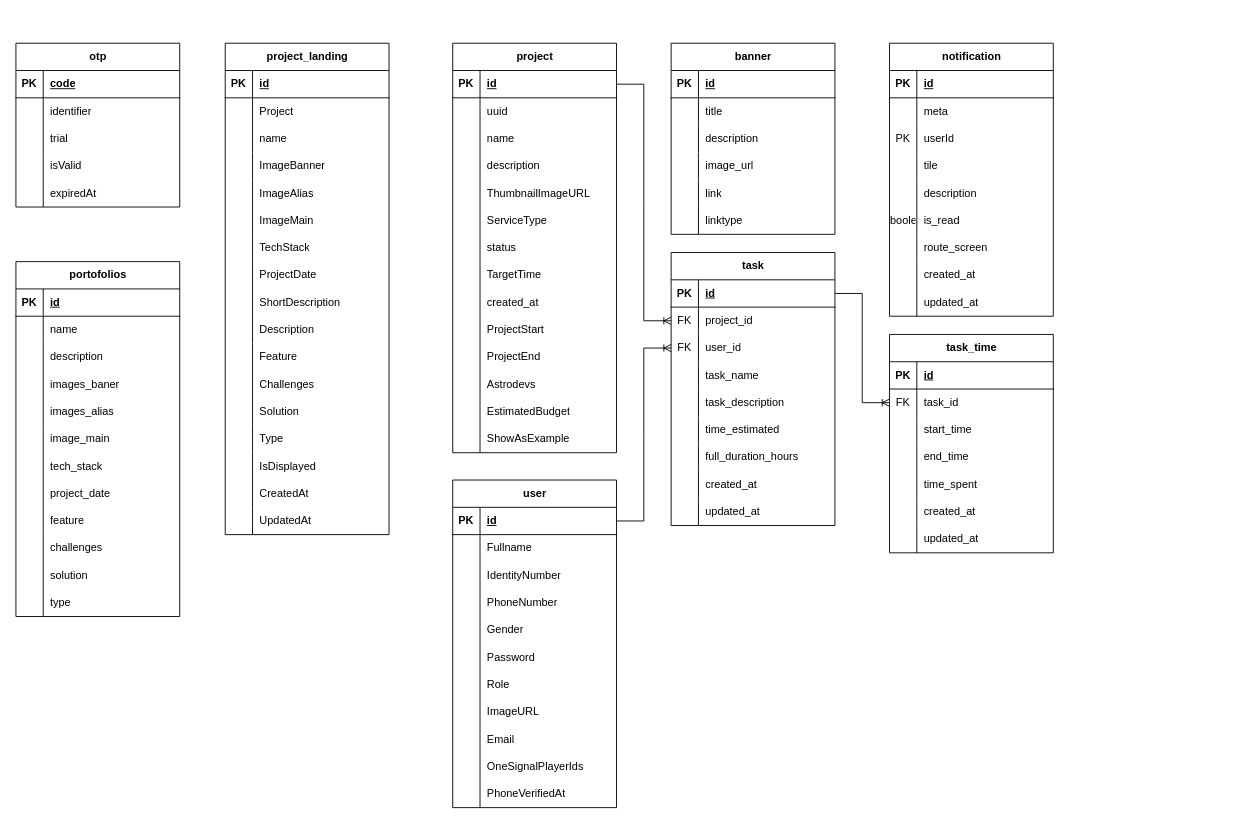
Above: starspace/db_codespacex.drawio in DemoNicky/technical-test (draw.io), before the change. Source tidied: cells renumbered, new cells numbered last; positions are measured from the earlier drawing's top-left corner, leaving out a move shared by most shapes. Both pictures are drawn from the tidied source at 91%, with x=0, y=0 at pixel (15, 43).
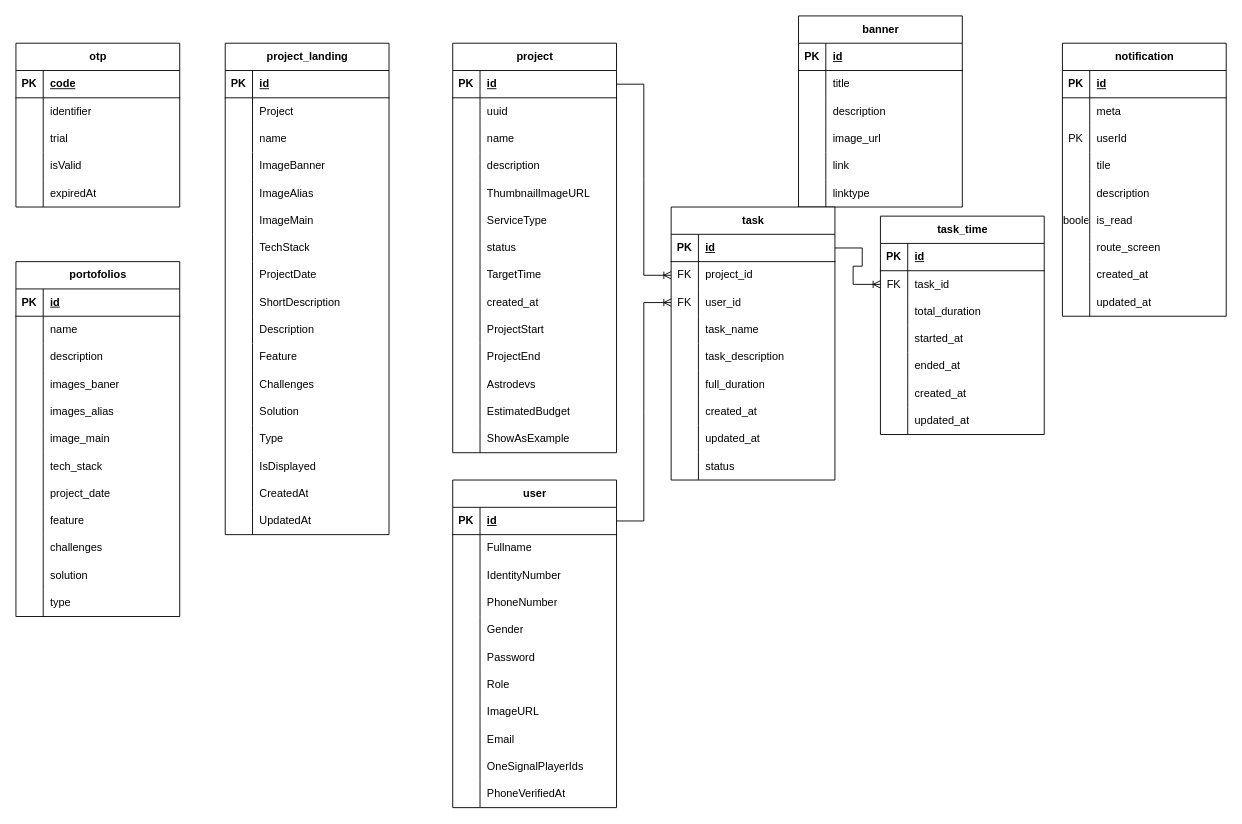
After the change.

Unchanged cells that the change refers to:
```xml
<mxCell id="247" style="shape=tableRow;horizontal=0;startSize=0;swimlaneHead=0;swimlaneBody=0;fillColor=none;top=0;left=0;right=0;bottom=0;" parent="231" vertex="1">
  <mxGeometry y="180" width="180" height="30" as="geometry" />
</mxCell>
```

Diff of the diagram source:
```diff
@@
     <mxCell id="18" value="banner" style="shape=table;startSize=30;childLayout=tableLayout;rowLines=0;fontStyle=1;align=center;html=1;" parent="1" vertex="1">
-      <mxGeometry x="720" width="180" height="210" as="geometry" />
+      <mxGeometry x="860" y="-30" width="180" height="210" as="geometry" />
     </mxCell>
@@
     <mxCell id="37" value="notification" style="shape=table;startSize=30;childLayout=tableLayout;rowLines=0;fontStyle=1;align=center;html=1;" parent="1" vertex="1">
-      <mxGeometry x="960" width="180" height="300" as="geometry" />
+      <mxGeometry x="1150" width="180" height="300" as="geometry" />
     </mxCell>
@@
     <mxCell id="231" value="task" style="shape=table;startSize=30;childLayout=tableLayout;rowLines=0;fontStyle=1;align=center;html=1;" parent="1" vertex="1">
-      <mxGeometry x="720" y="230" width="180" height="300" as="geometry" />
+      <mxGeometry x="720" y="180" width="180" height="300" as="geometry" />
     </mxCell>
@@
-    <mxCell id="248" style="shape=partialRectangle;fillColor=none;top=0;left=0;bottom=0;right=0;overflow=hidden;whiteSpace=wrap;html=1;" parent="247" vertex="1">
-      <mxGeometry width="30" height="30" as="geometry" />
-    </mxCell>
-    <mxCell id="249" value="time_estimated" style="shape=partialRectangle;fillColor=none;top=0;left=0;bottom=0;right=0;align=left;spacingLeft=6;overflow=hidden;whiteSpace=wrap;html=1;" parent="247" vertex="1">
-      <mxGeometry x="30" width="150" height="30" as="geometry" />
-    </mxCell>
-    <mxCell id="250" style="shape=tableRow;horizontal=0;startSize=0;swimlaneHead=0;swimlaneBody=0;fillColor=none;top=0;left=0;right=0;bottom=0;" parent="231" vertex="1">
-      <mxGeometry y="210" width="180" height="30" as="geometry" />
-    </mxCell>
-    <mxCell id="251" style="shape=partialRectangle;fillColor=none;top=0;left=0;bottom=0;right=0;overflow=hidden;whiteSpace=wrap;html=1;" parent="250" vertex="1">
-      <mxGeometry width="30" height="30" as="geometry" />
-    </mxCell>
-    <mxCell id="252" value="full_duration_hours" style="shape=partialRectangle;fillColor=none;top=0;left=0;bottom=0;right=0;align=left;spacingLeft=6;overflow=hidden;whiteSpace=wrap;html=1;" parent="250" vertex="1">
-      <mxGeometry x="30" width="150" height="30" as="geometry" />
-    </mxCell>
+    <mxCell id="284" style="shape=partialRectangle;fillColor=none;top=0;left=0;bottom=0;right=0;overflow=hidden;whiteSpace=wrap;html=1;" parent="247" vertex="1">
+      <mxGeometry width="30" height="30" as="geometry" />
+    </mxCell>
+    <mxCell id="285" value="full_duration" style="shape=partialRectangle;fillColor=none;top=0;left=0;bottom=0;right=0;align=left;spacingLeft=6;overflow=hidden;whiteSpace=wrap;html=1;" parent="247" vertex="1">
+      <mxGeometry x="30" width="150" height="30" as="geometry" />
+    </mxCell>
     <mxCell id="253" style="shape=tableRow;horizontal=0;startSize=0;swimlaneHead=0;swimlaneBody=0;fillColor=none;top=0;left=0;right=0;bottom=0;" parent="231" vertex="1">
-      <mxGeometry y="240" width="180" height="30" as="geometry" />
+      <mxGeometry y="210" width="180" height="30" as="geometry" />
     </mxCell>
@@
     <mxCell id="256" style="shape=tableRow;horizontal=0;startSize=0;swimlaneHead=0;swimlaneBody=0;fillColor=none;top=0;left=0;right=0;bottom=0;" parent="231" vertex="1">
-      <mxGeometry y="270" width="180" height="30" as="geometry" />
+      <mxGeometry y="240" width="180" height="30" as="geometry" />
     </mxCell>
@@
+    <mxCell id="286" style="shape=tableRow;horizontal=0;startSize=0;swimlaneHead=0;swimlaneBody=0;fillColor=none;top=0;left=0;right=0;bottom=0;" parent="231" vertex="1">
+      <mxGeometry y="270" width="180" height="30" as="geometry" />
+    </mxCell>
+    <mxCell id="287" style="shape=partialRectangle;fillColor=none;top=0;left=0;bottom=0;right=0;overflow=hidden;whiteSpace=wrap;html=1;" parent="286" vertex="1">
+      <mxGeometry width="30" height="30" as="geometry" />
+    </mxCell>
+    <mxCell id="288" value="status" style="shape=partialRectangle;fillColor=none;top=0;left=0;bottom=0;right=0;align=left;spacingLeft=6;overflow=hidden;whiteSpace=wrap;html=1;" parent="286" vertex="1">
+      <mxGeometry x="30" width="150" height="30" as="geometry" />
+    </mxCell>
     <mxCell id="259" value="task_time" style="shape=table;startSize=30;childLayout=tableLayout;rowLines=0;fontStyle=1;align=center;html=1;" parent="1" vertex="1">
-      <mxGeometry x="960" y="320" width="180" height="240" as="geometry" />
+      <mxGeometry x="950" y="190" width="180" height="240" as="geometry" />
     </mxCell>
@@
+    <mxCell id="289" style="shape=tableRow;horizontal=0;startSize=0;swimlaneHead=0;swimlaneBody=0;fillColor=none;top=0;left=0;right=0;bottom=0;" parent="259" vertex="1">
+      <mxGeometry y="90" width="180" height="30" as="geometry" />
+    </mxCell>
+    <mxCell id="290" style="shape=partialRectangle;fillColor=none;top=0;left=0;bottom=0;right=0;overflow=hidden;whiteSpace=wrap;html=1;" parent="289" vertex="1">
+      <mxGeometry width="30" height="30" as="geometry" />
+    </mxCell>
+    <mxCell id="291" value="total_duration" style="shape=partialRectangle;fillColor=none;top=0;left=0;bottom=0;right=0;align=left;spacingLeft=6;overflow=hidden;whiteSpace=wrap;html=1;" parent="289" vertex="1">
+      <mxGeometry x="30" width="150" height="30" as="geometry" />
+    </mxCell>
     <mxCell id="266" style="shape=tableRow;horizontal=0;startSize=0;swimlaneHead=0;swimlaneBody=0;fillColor=none;top=0;left=0;right=0;bottom=0;" parent="259" vertex="1">
-      <mxGeometry y="90" width="180" height="30" as="geometry" />
+      <mxGeometry y="120" width="180" height="30" as="geometry" />
     </mxCell>
@@
-    <mxCell id="268" value="start_time" style="shape=partialRectangle;fillColor=none;top=0;left=0;bottom=0;right=0;align=left;spacingLeft=6;overflow=hidden;whiteSpace=wrap;html=1;" parent="266" vertex="1">
+    <mxCell id="268" value="started_at" style="shape=partialRectangle;fillColor=none;top=0;left=0;bottom=0;right=0;align=left;spacingLeft=6;overflow=hidden;whiteSpace=wrap;html=1;" parent="266" vertex="1">
       <mxGeometry x="30" width="150" height="30" as="geometry" />
     </mxCell>
     <mxCell id="269" style="shape=tableRow;horizontal=0;startSize=0;swimlaneHead=0;swimlaneBody=0;fillColor=none;top=0;left=0;right=0;bottom=0;" parent="259" vertex="1">
-      <mxGeometry y="120" width="180" height="30" as="geometry" />
+      <mxGeometry y="150" width="180" height="30" as="geometry" />
     </mxCell>
@@
-    <mxCell id="271" value="end_time" style="shape=partialRectangle;fillColor=none;top=0;left=0;bottom=0;right=0;align=left;spacingLeft=6;overflow=hidden;whiteSpace=wrap;html=1;" parent="269" vertex="1">
+    <mxCell id="271" value="ended_at" style="shape=partialRectangle;fillColor=none;top=0;left=0;bottom=0;right=0;align=left;spacingLeft=6;overflow=hidden;whiteSpace=wrap;html=1;" parent="269" vertex="1">
       <mxGeometry x="30" width="150" height="30" as="geometry" />
     </mxCell>
-    <mxCell id="272" style="shape=tableRow;horizontal=0;startSize=0;swimlaneHead=0;swimlaneBody=0;fillColor=none;top=0;left=0;right=0;bottom=0;" parent="259" vertex="1">
-      <mxGeometry y="150" width="180" height="30" as="geometry" />
-    </mxCell>
-    <mxCell id="273" style="shape=partialRectangle;fillColor=none;top=0;left=0;bottom=0;right=0;overflow=hidden;whiteSpace=wrap;html=1;" parent="272" vertex="1">
-      <mxGeometry width="30" height="30" as="geometry" />
-    </mxCell>
-    <mxCell id="274" value="time_spent" style="shape=partialRectangle;fillColor=none;top=0;left=0;bottom=0;right=0;align=left;spacingLeft=6;overflow=hidden;whiteSpace=wrap;html=1;" parent="272" vertex="1">
-      <mxGeometry x="30" width="150" height="30" as="geometry" />
-    </mxCell>
```
